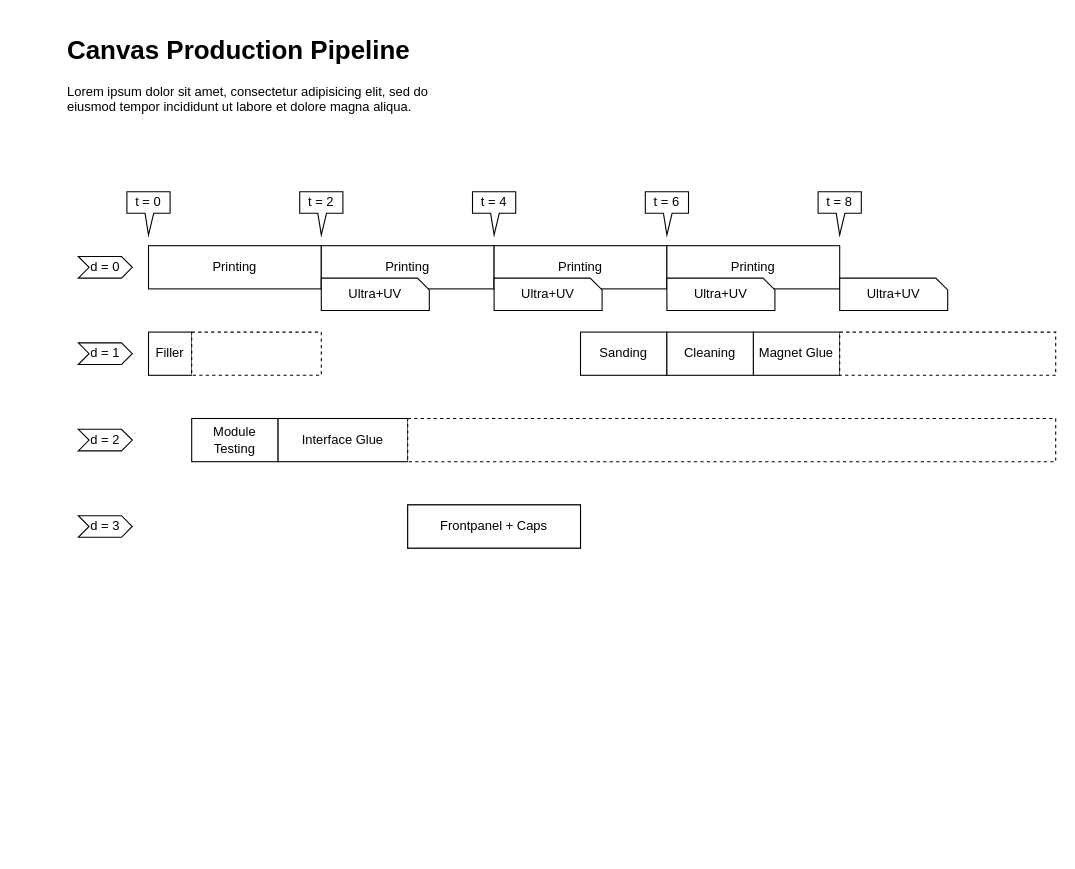
Earlier version of the draw.io diagram canvas/Canvas Production Pipeline.drawio (intechstudio/grid-manufacturing). Source tidied: cells renumbered, new cells numbered last; positions are measured from the earlier drawing's top-left corner, leaving out a move shared by most shapes. Both pictures are drawn from the tidied source at 108%, with x=0, y=0 at pixel (62, 29).
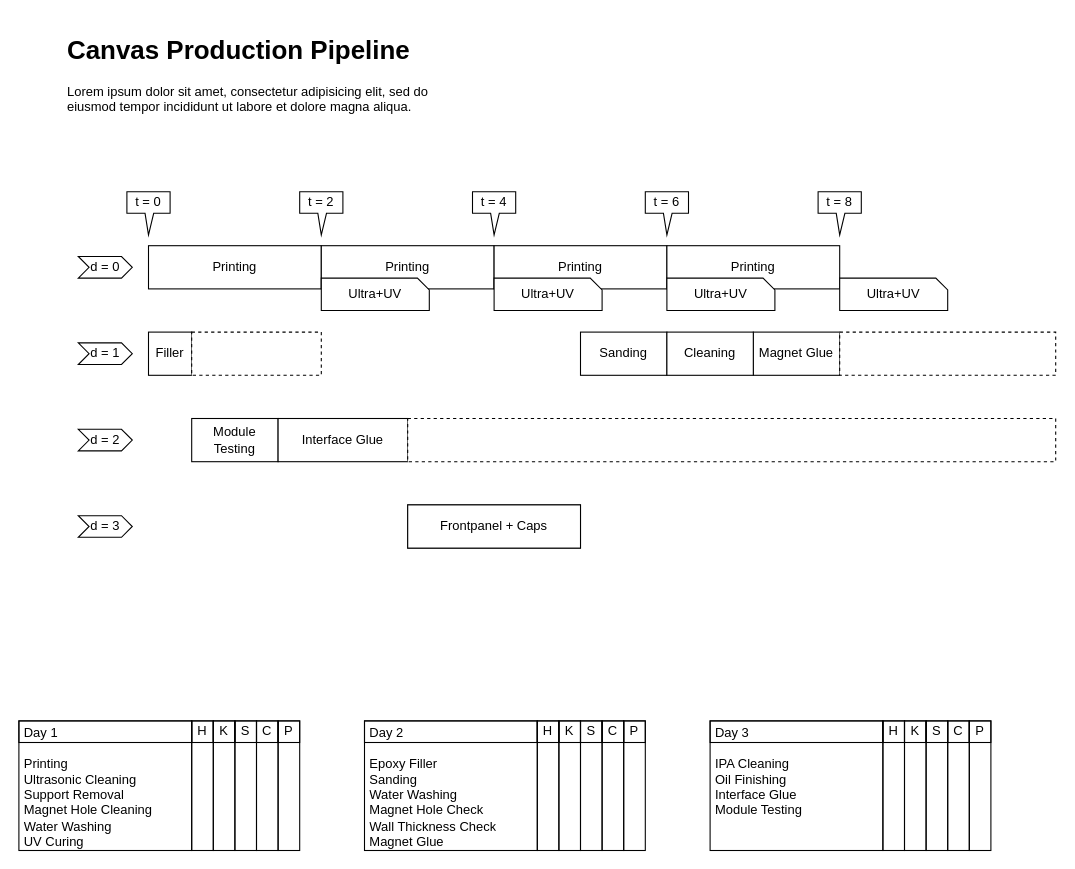
The same page after the edit.

Commit message:
SUKU pipeline update

What changed in the source:
```diff
@@
+    <mxCell id="31" value="&lt;br&gt;Day 1&lt;br&gt;&lt;br&gt;Printing&lt;br&gt;Ultrasonic Cleaning&lt;br&gt;Support Removal&lt;br&gt;Magnet Hole Cleaning&lt;br&gt;Water Washing&lt;br&gt;UV Curing&lt;br&gt;&lt;br&gt;&lt;br&gt;" style="text;html=1;strokeColor=none;fillColor=none;spacing=5;spacingTop=-20;whiteSpace=wrap;overflow=hidden;rounded=0;" parent="1" vertex="1">
+      <mxGeometry x="-40" y="640" width="160" height="120" as="geometry" />
+    </mxCell>
+    <mxCell id="32" value="&lt;br&gt;Day 2&lt;br&gt;&lt;br&gt;Epoxy Filler&lt;br&gt;Sanding&lt;br&gt;Water Washing&lt;br&gt;Magnet Hole Check&lt;br&gt;Wall Thickness Check&lt;br&gt;Magnet Glue&lt;br&gt;" style="text;html=1;strokeColor=none;fillColor=none;spacing=5;spacingTop=-20;whiteSpace=wrap;overflow=hidden;rounded=0;" parent="1" vertex="1">
+      <mxGeometry x="280" y="640" width="160" height="120" as="geometry" />
+    </mxCell>
+    <mxCell id="33" value="&lt;br&gt;Day 3&lt;br&gt;&lt;br&gt;IPA Cleaning&lt;br&gt;Oil Finishing&lt;br&gt;Interface Glue&lt;br&gt;Module Testing" style="text;html=1;strokeColor=none;fillColor=none;spacing=5;spacingTop=-20;whiteSpace=wrap;overflow=hidden;rounded=0;" parent="1" vertex="1">
+      <mxGeometry x="600" y="640" width="160" height="120" as="geometry" />
+    </mxCell>
+    <mxCell id="34" style="rounded=0;whiteSpace=wrap;html=1;fillColor=none;" parent="1" vertex="1">
+      <mxGeometry x="120" y="640" width="20" height="120" as="geometry" />
+    </mxCell>
+    <mxCell id="35" style="rounded=0;whiteSpace=wrap;html=1;fillColor=none;" parent="1" vertex="1">
+      <mxGeometry x="-40" y="640" width="160" height="120" as="geometry" />
+    </mxCell>
+    <mxCell id="36" style="rounded=0;whiteSpace=wrap;html=1;fillColor=none;" parent="1" vertex="1">
+      <mxGeometry x="280" y="640" width="160" height="120" as="geometry" />
+    </mxCell>
+    <mxCell id="37" style="rounded=0;whiteSpace=wrap;html=1;fillColor=none;" parent="1" vertex="1">
+      <mxGeometry x="600" y="640" width="160" height="120" as="geometry" />
+    </mxCell>
+    <mxCell id="38" style="rounded=0;whiteSpace=wrap;html=1;fillColor=none;" parent="1" vertex="1">
+      <mxGeometry x="140" y="640" width="20" height="120" as="geometry" />
+    </mxCell>
+    <mxCell id="39" style="rounded=0;whiteSpace=wrap;html=1;fillColor=none;" parent="1" vertex="1">
+      <mxGeometry x="160" y="640" width="20" height="120" as="geometry" />
+    </mxCell>
+    <mxCell id="40" style="rounded=0;whiteSpace=wrap;html=1;fillColor=none;" parent="1" vertex="1">
+      <mxGeometry x="180" y="640" width="20" height="120" as="geometry" />
+    </mxCell>
+    <mxCell id="41" style="rounded=0;whiteSpace=wrap;html=1;fillColor=none;" parent="1" vertex="1">
+      <mxGeometry x="200" y="640" width="20" height="120" as="geometry" />
+    </mxCell>
+    <mxCell id="42" value="H" style="rounded=0;whiteSpace=wrap;html=1;fillColor=none;" parent="1" vertex="1">
+      <mxGeometry x="120" y="640" width="20" height="20" as="geometry" />
+    </mxCell>
+    <mxCell id="43" value="K" style="rounded=0;whiteSpace=wrap;html=1;fillColor=none;" parent="1" vertex="1">
+      <mxGeometry x="140" y="640" width="20" height="20" as="geometry" />
+    </mxCell>
+    <mxCell id="44" value="S" style="rounded=0;whiteSpace=wrap;html=1;fillColor=none;" parent="1" vertex="1">
+      <mxGeometry x="160" y="640" width="20" height="20" as="geometry" />
+    </mxCell>
+    <mxCell id="45" value="C" style="rounded=0;whiteSpace=wrap;html=1;fillColor=none;" parent="1" vertex="1">
+      <mxGeometry x="180" y="640" width="20" height="20" as="geometry" />
+    </mxCell>
+    <mxCell id="46" value="P" style="rounded=0;whiteSpace=wrap;html=1;fillColor=none;" parent="1" vertex="1">
+      <mxGeometry x="200" y="640" width="20" height="20" as="geometry" />
+    </mxCell>
+    <mxCell id="47" style="rounded=0;whiteSpace=wrap;html=1;fillColor=none;" parent="1" vertex="1">
+      <mxGeometry x="440" y="640" width="20" height="120" as="geometry" />
+    </mxCell>
+    <mxCell id="48" style="rounded=0;whiteSpace=wrap;html=1;fillColor=none;" parent="1" vertex="1">
+      <mxGeometry x="460" y="640" width="20" height="120" as="geometry" />
+    </mxCell>
+    <mxCell id="49" style="rounded=0;whiteSpace=wrap;html=1;fillColor=none;" parent="1" vertex="1">
+      <mxGeometry x="480" y="640" width="20" height="120" as="geometry" />
+    </mxCell>
+    <mxCell id="50" style="rounded=0;whiteSpace=wrap;html=1;fillColor=none;" parent="1" vertex="1">
+      <mxGeometry x="500" y="640" width="20" height="120" as="geometry" />
+    </mxCell>
+    <mxCell id="51" style="rounded=0;whiteSpace=wrap;html=1;fillColor=none;" parent="1" vertex="1">
+      <mxGeometry x="520" y="640" width="20" height="120" as="geometry" />
+    </mxCell>
+    <mxCell id="52" value="H" style="rounded=0;whiteSpace=wrap;html=1;fillColor=none;" parent="1" vertex="1">
+      <mxGeometry x="440" y="640" width="20" height="20" as="geometry" />
+    </mxCell>
+    <mxCell id="53" value="K" style="rounded=0;whiteSpace=wrap;html=1;fillColor=none;" parent="1" vertex="1">
+      <mxGeometry x="460" y="640" width="20" height="20" as="geometry" />
+    </mxCell>
+    <mxCell id="54" value="S" style="rounded=0;whiteSpace=wrap;html=1;fillColor=none;" parent="1" vertex="1">
+      <mxGeometry x="480" y="640" width="20" height="20" as="geometry" />
+    </mxCell>
+    <mxCell id="55" value="C" style="rounded=0;whiteSpace=wrap;html=1;fillColor=none;" parent="1" vertex="1">
+      <mxGeometry x="500" y="640" width="20" height="20" as="geometry" />
+    </mxCell>
+    <mxCell id="56" value="P" style="rounded=0;whiteSpace=wrap;html=1;fillColor=none;" parent="1" vertex="1">
+      <mxGeometry x="520" y="640" width="20" height="20" as="geometry" />
+    </mxCell>
+    <mxCell id="57" style="rounded=0;whiteSpace=wrap;html=1;fillColor=none;" parent="1" vertex="1">
+      <mxGeometry x="760" y="640" width="20" height="120" as="geometry" />
+    </mxCell>
+    <mxCell id="58" style="rounded=0;whiteSpace=wrap;html=1;fillColor=none;" parent="1" vertex="1">
+      <mxGeometry x="780" y="640" width="20" height="120" as="geometry" />
+    </mxCell>
+    <mxCell id="59" style="rounded=0;whiteSpace=wrap;html=1;fillColor=none;" parent="1" vertex="1">
+      <mxGeometry x="800" y="640" width="20" height="120" as="geometry" />
+    </mxCell>
+    <mxCell id="60" style="rounded=0;whiteSpace=wrap;html=1;fillColor=none;" parent="1" vertex="1">
+      <mxGeometry x="820" y="640" width="20" height="120" as="geometry" />
+    </mxCell>
+    <mxCell id="61" style="rounded=0;whiteSpace=wrap;html=1;fillColor=none;" parent="1" vertex="1">
+      <mxGeometry x="840" y="640" width="20" height="120" as="geometry" />
+    </mxCell>
+    <mxCell id="62" value="H" style="rounded=0;whiteSpace=wrap;html=1;fillColor=none;" parent="1" vertex="1">
+      <mxGeometry x="760" y="640" width="20" height="20" as="geometry" />
+    </mxCell>
+    <mxCell id="63" value="K" style="rounded=0;whiteSpace=wrap;html=1;fillColor=none;" parent="1" vertex="1">
+      <mxGeometry x="780" y="640" width="20" height="20" as="geometry" />
+    </mxCell>
+    <mxCell id="64" value="S" style="rounded=0;whiteSpace=wrap;html=1;fillColor=none;" parent="1" vertex="1">
+      <mxGeometry x="800" y="640" width="20" height="20" as="geometry" />
+    </mxCell>
+    <mxCell id="65" value="C" style="rounded=0;whiteSpace=wrap;html=1;fillColor=none;" parent="1" vertex="1">
+      <mxGeometry x="820" y="640" width="20" height="20" as="geometry" />
+    </mxCell>
+    <mxCell id="66" value="P" style="rounded=0;whiteSpace=wrap;html=1;fillColor=none;" parent="1" vertex="1">
+      <mxGeometry x="840" y="640" width="20" height="20" as="geometry" />
+    </mxCell>
+    <mxCell id="67" style="rounded=0;whiteSpace=wrap;html=1;fillColor=none;" parent="1" vertex="1">
+      <mxGeometry x="-40" y="640" width="160" height="20" as="geometry" />
+    </mxCell>
+    <mxCell id="68" style="rounded=0;whiteSpace=wrap;html=1;fillColor=none;" parent="1" vertex="1">
+      <mxGeometry x="280" y="640" width="160" height="20" as="geometry" />
+    </mxCell>
+    <mxCell id="69" style="rounded=0;whiteSpace=wrap;html=1;fillColor=none;" parent="1" vertex="1">
+      <mxGeometry x="600" y="640" width="160" height="20" as="geometry" />
+    </mxCell>
```
